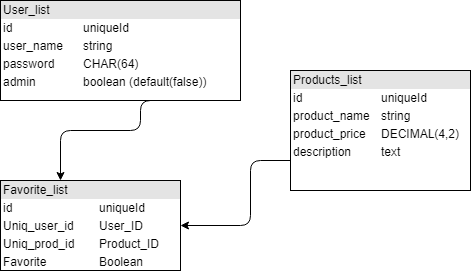
Above: Task DB.png in FrozenCrash/Task (draw.io), before the change. Source tidied: cells renumbered, new cells last; positions are measured from the earlier drawing's top-left corner, leaving out a move shared by most shapes. Its diagram source:
```xml
<mxGraphModel background="#ffffff">
  <root>
    <mxCell id="0" />
    <mxCell id="1" parent="0" />
    <mxCell id="2" value="&lt;div style=&quot;box-sizing: border-box ; width: 100% ; background: #e4e4e4 ; padding: 2px&quot;&gt;User_list&lt;/div&gt;&lt;table style=&quot;width: 100% ; font-size: 1em&quot; cellpadding=&quot;2&quot; cellspacing=&quot;0&quot;&gt;&lt;tbody&gt;&lt;tr&gt;&lt;td&gt;id&lt;/td&gt;&lt;td&gt;uniqueId&lt;/td&gt;&lt;/tr&gt;&lt;tr&gt;&lt;td&gt;user_name&lt;/td&gt;&lt;td&gt;string&lt;/td&gt;&lt;/tr&gt;&lt;tr&gt;&lt;td&gt;password&lt;/td&gt;&lt;td&gt;CHAR(64)&lt;br&gt;&lt;/td&gt;&lt;/tr&gt;&lt;tr&gt;&lt;td&gt;admin&lt;/td&gt;&lt;td&gt;boolean (default(false))&lt;/td&gt;&lt;/tr&gt;&lt;/tbody&gt;&lt;/table&gt;" style="verticalAlign=top;align=left;overflow=fill;html=1;rounded=0;glass=0;fillColor=none;" parent="1" vertex="1">
      <mxGeometry width="240" height="100" as="geometry" />
    </mxCell>
    <mxCell id="3" value="&lt;div style=&quot;box-sizing: border-box ; width: 100% ; background: #e4e4e4 ; padding: 2px&quot;&gt;Products_list&lt;/div&gt;&lt;table style=&quot;width: 100% ; font-size: 1em&quot; cellpadding=&quot;2&quot; cellspacing=&quot;0&quot;&gt;&lt;tbody&gt;&lt;tr&gt;&lt;td&gt;id&lt;/td&gt;&lt;td&gt;uniqueId&lt;/td&gt;&lt;/tr&gt;&lt;tr&gt;&lt;td&gt;product_name&lt;/td&gt;&lt;td&gt;string&lt;/td&gt;&lt;/tr&gt;&lt;tr&gt;&lt;td&gt;product_price&lt;/td&gt;&lt;td&gt;DECIMAL(4,2)&lt;br&gt;&lt;/td&gt;&lt;/tr&gt;&lt;tr&gt;&lt;td&gt;description&lt;/td&gt;&lt;td&gt;text&lt;/td&gt;&lt;/tr&gt;&lt;/tbody&gt;&lt;/table&gt;" style="verticalAlign=top;align=left;overflow=fill;html=1;rounded=0;glass=0;fillColor=none;" parent="1" vertex="1">
      <mxGeometry x="290" y="70" width="180" height="120" as="geometry" />
    </mxCell>
    <mxCell id="4" value="&lt;div style=&quot;box-sizing: border-box ; width: 100% ; background: #e4e4e4 ; padding: 2px&quot;&gt;Favorite_list&lt;/div&gt;&lt;table style=&quot;width: 100% ; font-size: 1em&quot; cellpadding=&quot;2&quot; cellspacing=&quot;0&quot;&gt;&lt;tbody&gt;&lt;tr&gt;&lt;td&gt;id&lt;/td&gt;&lt;td&gt;uniqueId&lt;/td&gt;&lt;/tr&gt;&lt;tr&gt;&lt;td&gt;Uniq_user_id&lt;/td&gt;&lt;td&gt;User_ID&lt;/td&gt;&lt;/tr&gt;&lt;tr&gt;&lt;td&gt;Uniq_prod_id&lt;/td&gt;&lt;td&gt;Product_ID&lt;/td&gt;&lt;/tr&gt;&lt;tr&gt;&lt;td&gt;Favorite&lt;/td&gt;&lt;td&gt;Boolean&lt;/td&gt;&lt;/tr&gt;&lt;/tbody&gt;&lt;/table&gt;" style="verticalAlign=top;align=left;overflow=fill;html=1;rounded=0;glass=0;fillColor=none;" parent="1" vertex="1">
      <mxGeometry y="180" width="180" height="90" as="geometry" />
    </mxCell>
    <mxCell id="5" style="edgeStyle=segmentEdgeStyle;endArrow=classic;html=1;exitX=0;exitY=0.75;exitDx=0;exitDy=0;entryX=1;entryY=0.5;entryDx=0;entryDy=0;" parent="1" edge="1" source="3" target="4">
      <mxGeometry relative="1" as="geometry">
        <Array as="points">
          <mxPoint x="250" y="160" />
          <mxPoint x="250" y="225" />
        </Array>
      </mxGeometry>
    </mxCell>
    <mxCell id="6" style="edgeStyle=segmentEdgeStyle;endArrow=classic;html=1;exitX=0.75;exitY=1;exitDx=0;exitDy=0;" parent="1" edge="1" source="2">
      <mxGeometry relative="1" as="geometry">
        <mxPoint x="60" y="180" as="targetPoint" />
        <Array as="points">
          <mxPoint x="140" y="100" />
          <mxPoint x="140" y="130" />
          <mxPoint x="60" y="130" />
        </Array>
      </mxGeometry>
    </mxCell>
  </root>
</mxGraphModel>
```
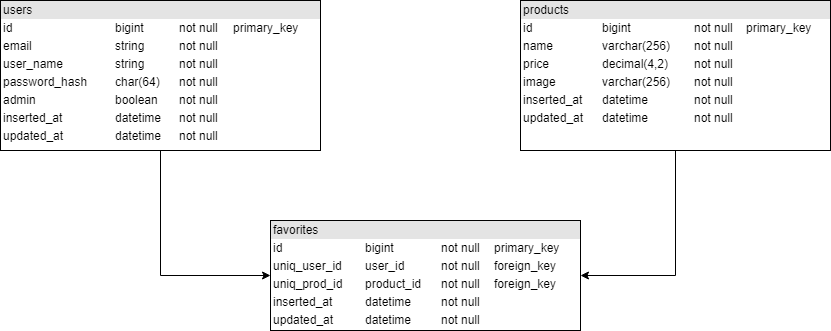
After the change.

Diff of the diagram source:
```diff
@@ -2,32 +2,20 @@
   <root>
     <mxCell id="0" />
     <mxCell id="1" parent="0" />
+    <mxCell id="7" style="edgeStyle=orthogonalEdgeStyle;rounded=0;jettySize=auto;html=1;entryX=0;entryY=0.5;entryDx=0;entryDy=0;" parent="1" edge="1" source="2" target="4">
+      <mxGeometry relative="1" as="geometry" />
+    </mxCell>
-    <mxCell id="2" value="&lt;div style=&quot;box-sizing: border-box ; width: 100% ; background: #e4e4e4 ; padding: 2px&quot;&gt;User_list&lt;/div&gt;&lt;table style=&quot;width: 100% ; font-size: 1em&quot; cellpadding=&quot;2&quot; cellspacing=&quot;0&quot;&gt;&lt;tbody&gt;&lt;tr&gt;&lt;td&gt;id&lt;/td&gt;&lt;td&gt;uniqueId&lt;/td&gt;&lt;/tr&gt;&lt;tr&gt;&lt;td&gt;user_name&lt;/td&gt;&lt;td&gt;string&lt;/td&gt;&lt;/tr&gt;&lt;tr&gt;&lt;td&gt;password&lt;/td&gt;&lt;td&gt;CHAR(64)&lt;br&gt;&lt;/td&gt;&lt;/tr&gt;&lt;tr&gt;&lt;td&gt;admin&lt;/td&gt;&lt;td&gt;boolean (default(false))&lt;/td&gt;&lt;/tr&gt;&lt;/tbody&gt;&lt;/table&gt;" style="verticalAlign=top;align=left;overflow=fill;html=1;rounded=0;glass=0;fillColor=none;" parent="1" vertex="1">
-      <mxGeometry width="240" height="100" as="geometry" />
+    <mxCell id="2" value="&lt;div style=&quot;box-sizing: border-box ; width: 100% ; background: #e4e4e4 ; padding: 2px&quot;&gt;users&lt;/div&gt;&lt;table style=&quot;width: 100% ; font-size: 1em&quot; cellpadding=&quot;2&quot; cellspacing=&quot;0&quot;&gt;&lt;tbody&gt;&lt;tr&gt;&lt;td&gt;id&lt;/td&gt;&lt;td&gt;bigint&lt;/td&gt;&lt;td&gt;not null&lt;/td&gt;&lt;td&gt;primary_key&lt;/td&gt;&lt;/tr&gt;&lt;tr&gt;&lt;td&gt;email&lt;/td&gt;&lt;td&gt;string&lt;/td&gt;&lt;td&gt;not null&lt;/td&gt;&lt;td&gt;&lt;br&gt;&lt;/td&gt;&lt;/tr&gt;&lt;tr&gt;&lt;td&gt;user_name&lt;/td&gt;&lt;td&gt;string&lt;/td&gt;&lt;td&gt;not null&lt;/td&gt;&lt;td&gt;&lt;br&gt;&lt;/td&gt;&lt;/tr&gt;&lt;tr&gt;&lt;td&gt;password_hash&lt;/td&gt;&lt;td&gt;char(64)&lt;br&gt;&lt;/td&gt;&lt;td&gt;not null&lt;/td&gt;&lt;td&gt;&lt;br&gt;&lt;/td&gt;&lt;/tr&gt;&lt;tr&gt;&lt;td&gt;admin&lt;/td&gt;&lt;td&gt;boolean&lt;/td&gt;&lt;td&gt;not null&lt;/td&gt;&lt;td&gt;&lt;br&gt;&lt;/td&gt;&lt;/tr&gt;&lt;tr&gt;&lt;td&gt;inserted_at&lt;br&gt;&lt;/td&gt;&lt;td&gt;datetime&lt;/td&gt;&lt;td&gt;not null&lt;/td&gt;&lt;td&gt;&lt;br&gt;&lt;/td&gt;&lt;/tr&gt;&lt;tr&gt;&lt;td&gt;updated_at&lt;/td&gt;&lt;td&gt;datetime&lt;/td&gt;&lt;td&gt;not null&lt;/td&gt;&lt;td&gt;&lt;br&gt;&lt;/td&gt;&lt;/tr&gt;&lt;/tbody&gt;&lt;/table&gt;" style="verticalAlign=top;align=left;overflow=fill;html=1;rounded=0;glass=0;fillColor=none;" parent="1" vertex="1">
+      <mxGeometry y="-10" width="320" height="150" as="geometry" />
     </mxCell>
+    <mxCell id="5" style="edgeStyle=orthogonalEdgeStyle;rounded=0;jettySize=auto;html=1;entryX=1;entryY=0.5;entryDx=0;entryDy=0;" parent="1" edge="1" source="3" target="4">
+      <mxGeometry relative="1" as="geometry" />
+    </mxCell>
-    <mxCell id="3" value="&lt;div style=&quot;box-sizing: border-box ; width: 100% ; background: #e4e4e4 ; padding: 2px&quot;&gt;Products_list&lt;/div&gt;&lt;table style=&quot;width: 100% ; font-size: 1em&quot; cellpadding=&quot;2&quot; cellspacing=&quot;0&quot;&gt;&lt;tbody&gt;&lt;tr&gt;&lt;td&gt;id&lt;/td&gt;&lt;td&gt;uniqueId&lt;/td&gt;&lt;/tr&gt;&lt;tr&gt;&lt;td&gt;product_name&lt;/td&gt;&lt;td&gt;string&lt;/td&gt;&lt;/tr&gt;&lt;tr&gt;&lt;td&gt;product_price&lt;/td&gt;&lt;td&gt;DECIMAL(4,2)&lt;br&gt;&lt;/td&gt;&lt;/tr&gt;&lt;tr&gt;&lt;td&gt;description&lt;/td&gt;&lt;td&gt;text&lt;/td&gt;&lt;/tr&gt;&lt;/tbody&gt;&lt;/table&gt;" style="verticalAlign=top;align=left;overflow=fill;html=1;rounded=0;glass=0;fillColor=none;" parent="1" vertex="1">
-      <mxGeometry x="290" y="70" width="180" height="120" as="geometry" />
+    <mxCell id="3" value="&lt;div style=&quot;box-sizing: border-box ; width: 100% ; background: #e4e4e4 ; padding: 2px&quot;&gt;products&lt;/div&gt;&lt;table style=&quot;width: 100% ; font-size: 1em&quot; cellpadding=&quot;2&quot; cellspacing=&quot;0&quot;&gt;&lt;tbody&gt;&lt;tr&gt;&lt;td&gt;id&lt;/td&gt;&lt;td&gt;bigint&lt;/td&gt;&lt;td&gt;not null&lt;/td&gt;&lt;td&gt;primary_key&lt;/td&gt;&lt;/tr&gt;&lt;tr&gt;&lt;td&gt;name&lt;/td&gt;&lt;td&gt;varchar(256)&amp;nbsp;&lt;br&gt;&lt;/td&gt;&lt;td&gt;not null&lt;br&gt;&lt;/td&gt;&lt;td&gt;&lt;br&gt;&lt;/td&gt;&lt;/tr&gt;&lt;tr&gt;&lt;td&gt;price&lt;/td&gt;&lt;td&gt;decimal(4,2)&lt;br&gt;&lt;/td&gt;&lt;td&gt;not null&lt;br&gt;&lt;/td&gt;&lt;td&gt;&lt;br&gt;&lt;/td&gt;&lt;/tr&gt;&lt;tr&gt;&lt;td&gt;image&lt;/td&gt;&lt;td&gt;varchar(256)&lt;/td&gt;&lt;td&gt;not null&lt;/td&gt;&lt;td&gt;&lt;br&gt;&lt;/td&gt;&lt;/tr&gt;&lt;tr&gt;&lt;td&gt;inserted_at&lt;/td&gt;&lt;td&gt;datetime&lt;/td&gt;&lt;td&gt;not null&lt;/td&gt;&lt;td&gt;&lt;br&gt;&lt;/td&gt;&lt;/tr&gt;&lt;tr&gt;&lt;td&gt;updated_at&lt;/td&gt;&lt;td&gt;datetime&lt;/td&gt;&lt;td&gt;not null&lt;/td&gt;&lt;td&gt;&lt;br&gt;&lt;/td&gt;&lt;/tr&gt;&lt;/tbody&gt;&lt;/table&gt;" style="verticalAlign=top;align=left;overflow=fill;html=1;rounded=0;glass=0;fillColor=none;" parent="1" vertex="1">
+      <mxGeometry x="520" y="-10" width="310" height="150" as="geometry" />
     </mxCell>
-    <mxCell id="4" value="&lt;div style=&quot;box-sizing: border-box ; width: 100% ; background: #e4e4e4 ; padding: 2px&quot;&gt;Favorite_list&lt;/div&gt;&lt;table style=&quot;width: 100% ; font-size: 1em&quot; cellpadding=&quot;2&quot; cellspacing=&quot;0&quot;&gt;&lt;tbody&gt;&lt;tr&gt;&lt;td&gt;id&lt;/td&gt;&lt;td&gt;uniqueId&lt;/td&gt;&lt;/tr&gt;&lt;tr&gt;&lt;td&gt;Uniq_user_id&lt;/td&gt;&lt;td&gt;User_ID&lt;/td&gt;&lt;/tr&gt;&lt;tr&gt;&lt;td&gt;Uniq_prod_id&lt;/td&gt;&lt;td&gt;Product_ID&lt;/td&gt;&lt;/tr&gt;&lt;tr&gt;&lt;td&gt;Favorite&lt;/td&gt;&lt;td&gt;Boolean&lt;/td&gt;&lt;/tr&gt;&lt;/tbody&gt;&lt;/table&gt;" style="verticalAlign=top;align=left;overflow=fill;html=1;rounded=0;glass=0;fillColor=none;" parent="1" vertex="1">
-      <mxGeometry y="180" width="180" height="90" as="geometry" />
+    <mxCell id="4" value="&lt;div style=&quot;box-sizing: border-box ; width: 100% ; background: #e4e4e4 ; padding: 2px&quot;&gt;favorites&lt;/div&gt;&lt;table style=&quot;width: 100% ; font-size: 1em&quot; cellpadding=&quot;2&quot; cellspacing=&quot;0&quot;&gt;&lt;tbody&gt;&lt;tr&gt;&lt;td&gt;id&lt;/td&gt;&lt;td&gt;bigint&lt;/td&gt;&lt;td&gt;not null&lt;/td&gt;&lt;td&gt;primary_key&lt;/td&gt;&lt;/tr&gt;&lt;tr&gt;&lt;td&gt;uniq_user_id&lt;/td&gt;&lt;td&gt;user_id&lt;/td&gt;&lt;td&gt;not null&lt;br&gt;&lt;/td&gt;&lt;td&gt;foreign_key&lt;/td&gt;&lt;/tr&gt;&lt;tr&gt;&lt;td&gt;uniq_prod_id&lt;/td&gt;&lt;td&gt;product_id&lt;/td&gt;&lt;td&gt;not null&lt;br&gt;&lt;/td&gt;&lt;td&gt;foreign_key&lt;/td&gt;&lt;/tr&gt;&lt;tr&gt;&lt;td&gt;inserted_at&lt;/td&gt;&lt;td&gt;datetime&lt;/td&gt;&lt;td&gt;not null&lt;/td&gt;&lt;td&gt;&lt;br&gt;&lt;/td&gt;&lt;/tr&gt;&lt;tr&gt;&lt;td&gt;updated_at&lt;/td&gt;&lt;td&gt;datetime&lt;/td&gt;&lt;td&gt;not null&lt;/td&gt;&lt;td&gt;&lt;br&gt;&lt;/td&gt;&lt;/tr&gt;&lt;/tbody&gt;&lt;/table&gt;" style="verticalAlign=top;align=left;overflow=fill;html=1;rounded=0;glass=0;fillColor=none;" parent="1" vertex="1">
+      <mxGeometry x="270" y="210" width="310" height="110" as="geometry" />
     </mxCell>
-    <mxCell id="5" style="edgeStyle=segmentEdgeStyle;endArrow=classic;html=1;exitX=0;exitY=0.75;exitDx=0;exitDy=0;entryX=1;entryY=0.5;entryDx=0;entryDy=0;" parent="1" edge="1" source="3" target="4">
-      <mxGeometry relative="1" as="geometry">
-        <Array as="points">
-          <mxPoint x="250" y="160" />
-          <mxPoint x="250" y="225" />
-        </Array>
-      </mxGeometry>
-    </mxCell>
-    <mxCell id="6" style="edgeStyle=segmentEdgeStyle;endArrow=classic;html=1;exitX=0.75;exitY=1;exitDx=0;exitDy=0;" parent="1" edge="1" source="2">
-      <mxGeometry relative="1" as="geometry">
-        <mxPoint x="60" y="180" as="targetPoint" />
-        <Array as="points">
-          <mxPoint x="140" y="100" />
-          <mxPoint x="140" y="130" />
-          <mxPoint x="60" y="130" />
-        </Array>
-      </mxGeometry>
-    </mxCell>
   </root>
 </mxGraphModel>
```
